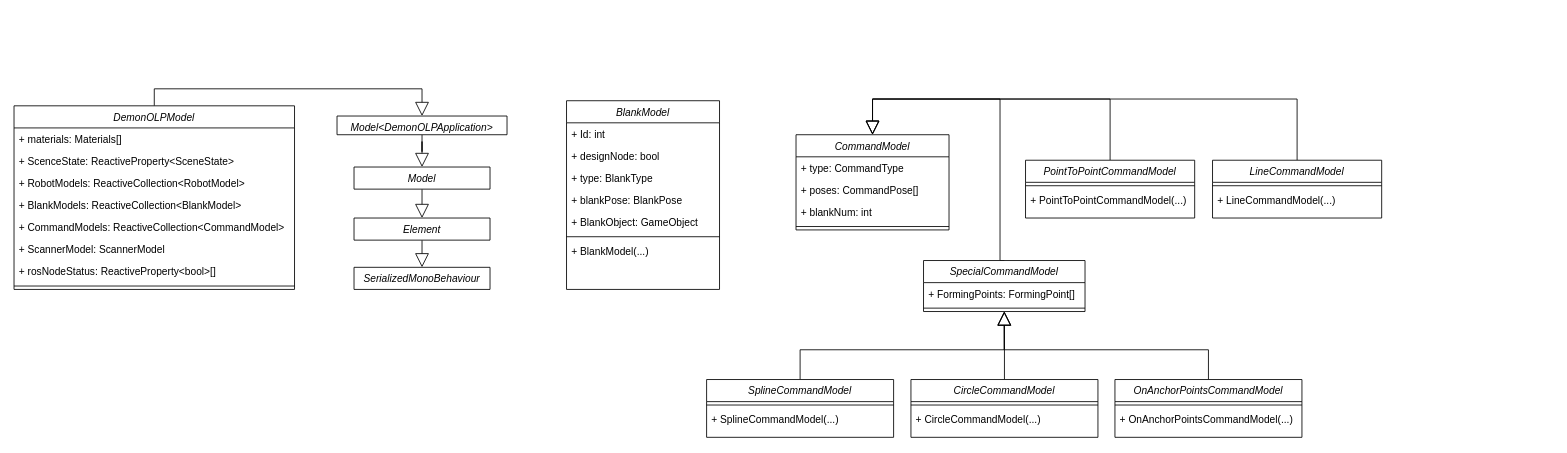
Earlier version of the draw.io diagram UIElementsSchema/Диаграмма без названия.drawio (zik-888/DemonOLP). Source tidied: cells renumbered, new cells numbered last; positions are measured from the earlier drawing's top-left corner, leaving out a move shared by most shapes. Both pictures are drawn from the tidied source at 85%, with x=0, y=0 at pixel (14, 99).
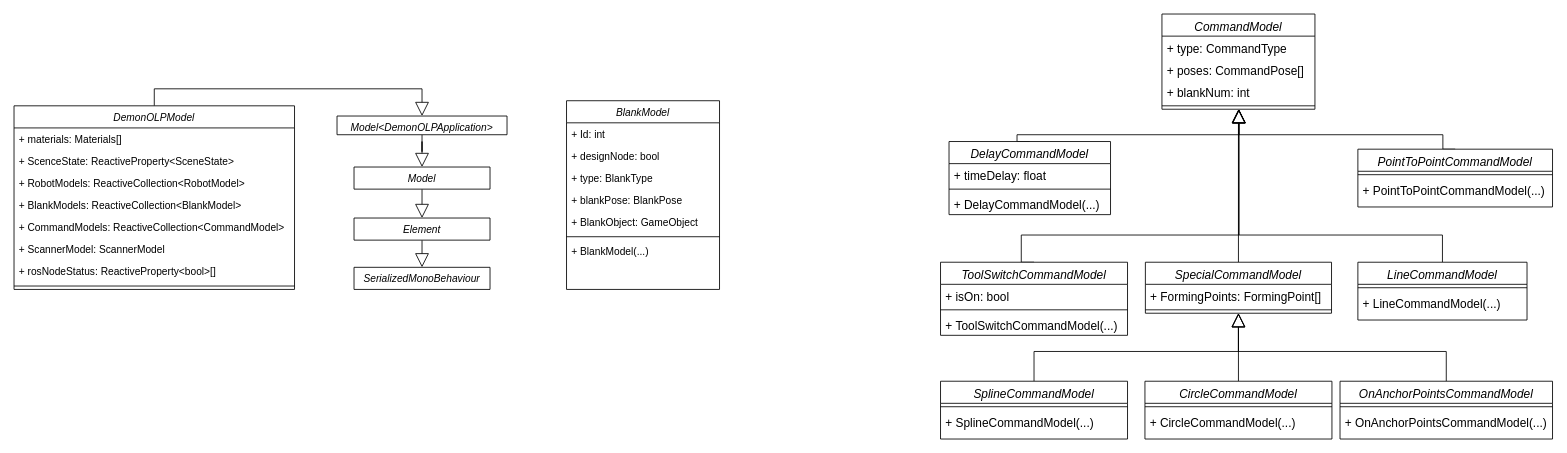
After the change.

Diff of the diagram source:
```diff
@@
-    <mxCell id="27" value="CommandModel" style="swimlane;fontStyle=2;align=center;verticalAlign=top;horizontal=1;startSize=26;rounded=0;shadow=0;strokeWidth=1;" parent="1" vertex="1">
-      <mxGeometry x="920" y="42" width="180" height="112" as="geometry" />
+    <mxCell id="27" value="CommandModel" style="swimlane;fontStyle=2;align=center;verticalAlign=top;horizontal=1;startSize=26;rounded=0;shadow=0;strokeWidth=1;fontSize=14;" parent="1" vertex="1">
+      <mxGeometry x="1350.5" y="-100" width="180" height="112" as="geometry" />
     </mxCell>
-    <mxCell id="28" value="+ type: CommandType" style="text;align=left;verticalAlign=top;spacingLeft=4;spacingRight=4;overflow=hidden;" parent="27" vertex="1">
+    <mxCell id="28" value="+ type: CommandType" style="text;align=left;verticalAlign=top;spacingLeft=4;spacingRight=4;overflow=hidden;fontSize=14;" parent="27" vertex="1">
       <mxGeometry y="26" width="180" height="26" as="geometry" />
     </mxCell>
-    <mxCell id="29" value="+ poses: CommandPose[]" style="text;align=left;verticalAlign=top;spacingLeft=4;spacingRight=4;overflow=hidden;rounded=0;shadow=0;html=0;" parent="27" vertex="1">
+    <mxCell id="29" value="+ poses: CommandPose[]" style="text;align=left;verticalAlign=top;spacingLeft=4;spacingRight=4;overflow=hidden;rounded=0;shadow=0;html=0;fontSize=14;" parent="27" vertex="1">
       <mxGeometry y="52" width="180" height="26" as="geometry" />
     </mxCell>
-    <mxCell id="30" value="+ blankNum: int" style="text;align=left;verticalAlign=top;spacingLeft=4;spacingRight=4;overflow=hidden;rounded=0;shadow=0;html=0;" parent="27" vertex="1">
+    <mxCell id="30" value="+ blankNum: int" style="text;align=left;verticalAlign=top;spacingLeft=4;spacingRight=4;overflow=hidden;rounded=0;shadow=0;html=0;fontSize=14;" parent="27" vertex="1">
       <mxGeometry y="78" width="180" height="26" as="geometry" />
     </mxCell>
-    <mxCell id="31" style="line;html=1;strokeWidth=1;align=left;verticalAlign=middle;spacingTop=-1;spacingLeft=3;spacingRight=3;labelPosition=right;" parent="27" vertex="1">
+    <mxCell id="31" style="line;html=1;strokeWidth=1;align=left;verticalAlign=middle;spacingTop=-1;spacingLeft=3;spacingRight=3;labelPosition=right;fontSize=14;" parent="27" vertex="1">
       <mxGeometry y="104" width="180" height="8" as="geometry" />
     </mxCell>
-    <mxCell id="32" style="edgeStyle=orthogonalEdgeStyle;rounded=0;jettySize=auto;html=1;exitX=0.5;exitY=0;exitDx=0;exitDy=0;entryX=0.5;entryY=0;entryDx=0;entryDy=0;endArrow=block;endFill=0;endSize=14;" parent="1" edge="1" source="33" target="27">
+    <mxCell id="32" style="edgeStyle=orthogonalEdgeStyle;rounded=0;jettySize=auto;html=1;exitX=0.5;exitY=0;exitDx=0;exitDy=0;endArrow=block;endFill=0;endSize=14;fontSize=14;" parent="1" edge="1" source="33" target="27">
       <mxGeometry relative="1" as="geometry">
         <Array as="points">
-          <mxPoint x="1290" />
-          <mxPoint x="1010" />
+          <mxPoint x="1681" y="42" />
+          <mxPoint x="1441" y="42" />
         </Array>
       </mxGeometry>
     </mxCell>
-    <mxCell id="33" value="PointToPointCommandModel" style="swimlane;fontStyle=2;align=center;verticalAlign=top;horizontal=1;startSize=26;rounded=0;shadow=0;strokeWidth=1;" parent="1" vertex="1">
-      <mxGeometry x="1190" y="72" width="199" height="68" as="geometry" />
+    <mxCell id="33" value="PointToPointCommandModel" style="swimlane;fontStyle=2;align=center;verticalAlign=top;horizontal=1;startSize=26;rounded=0;shadow=0;strokeWidth=1;fontSize=14;" parent="1" vertex="1">
+      <mxGeometry x="1581" y="59" width="229" height="68" as="geometry" />
     </mxCell>
-    <mxCell id="34" style="line;html=1;strokeWidth=1;align=left;verticalAlign=middle;spacingTop=-1;spacingLeft=3;spacingRight=3;labelPosition=right;" parent="33" vertex="1">
-      <mxGeometry y="26" width="199" height="8" as="geometry" />
+    <mxCell id="34" style="line;html=1;strokeWidth=1;align=left;verticalAlign=middle;spacingTop=-1;spacingLeft=3;spacingRight=3;labelPosition=right;fontSize=14;" parent="33" vertex="1">
+      <mxGeometry y="26" width="229" height="8" as="geometry" />
     </mxCell>
-    <mxCell id="35" value="+ PointToPointCommandModel(...)" style="text;align=left;verticalAlign=top;spacingLeft=4;spacingRight=4;overflow=hidden;rounded=0;shadow=0;html=0;" parent="33" vertex="1">
-      <mxGeometry y="34" width="199" height="26" as="geometry" />
+    <mxCell id="35" value="+ PointToPointCommandModel(...)" style="text;align=left;verticalAlign=top;spacingLeft=4;spacingRight=4;overflow=hidden;rounded=0;shadow=0;html=0;fontSize=14;" parent="33" vertex="1">
+      <mxGeometry y="34" width="229" height="26" as="geometry" />
     </mxCell>
-    <mxCell id="36" style="edgeStyle=orthogonalEdgeStyle;rounded=0;jettySize=auto;html=1;exitX=0.5;exitY=0;exitDx=0;exitDy=0;entryX=0.5;entryY=0;entryDx=0;entryDy=0;endArrow=block;endFill=0;endSize=14;" parent="1" edge="1" source="37" target="27">
-      <mxGeometry relative="1" as="geometry">
-        <Array as="points">
-          <mxPoint x="1160" />
-          <mxPoint x="1010" />
-        </Array>
-      </mxGeometry>
+    <mxCell id="36" style="edgeStyle=orthogonalEdgeStyle;rounded=0;jettySize=auto;html=1;exitX=0.5;exitY=0;exitDx=0;exitDy=0;endArrow=block;endFill=0;endSize=14;fontSize=14;" parent="1" edge="1" source="37" target="27">
+      <mxGeometry relative="1" as="geometry" />
     </mxCell>
-    <mxCell id="37" value="SpecialCommandModel" style="swimlane;fontStyle=2;align=center;verticalAlign=top;horizontal=1;startSize=26;rounded=0;shadow=0;strokeWidth=1;" parent="1" vertex="1">
-      <mxGeometry x="1070" y="190" width="190" height="60" as="geometry" />
+    <mxCell id="37" value="SpecialCommandModel" style="swimlane;fontStyle=2;align=center;verticalAlign=top;horizontal=1;startSize=26;rounded=0;shadow=0;strokeWidth=1;fontSize=14;" parent="1" vertex="1">
+      <mxGeometry x="1331" y="192" width="219" height="60" as="geometry" />
     </mxCell>
-    <mxCell id="38" value="+ FormingPoints: FormingPoint[]" style="text;align=left;verticalAlign=top;spacingLeft=4;spacingRight=4;overflow=hidden;" parent="37" vertex="1">
-      <mxGeometry y="26" width="190" height="26" as="geometry" />
+    <mxCell id="38" value="+ FormingPoints: FormingPoint[]" style="text;align=left;verticalAlign=top;spacingLeft=4;spacingRight=4;overflow=hidden;fontSize=14;" parent="37" vertex="1">
+      <mxGeometry y="26" width="219" height="26" as="geometry" />
     </mxCell>
-    <mxCell id="39" style="line;html=1;strokeWidth=1;align=left;verticalAlign=middle;spacingTop=-1;spacingLeft=3;spacingRight=3;labelPosition=right;" parent="37" vertex="1">
-      <mxGeometry y="52" width="190" height="8" as="geometry" />
+    <mxCell id="39" style="line;html=1;strokeWidth=1;align=left;verticalAlign=middle;spacingTop=-1;spacingLeft=3;spacingRight=3;labelPosition=right;fontSize=14;" parent="37" vertex="1">
+      <mxGeometry y="52" width="219" height="8" as="geometry" />
     </mxCell>
-    <mxCell id="40" style="edgeStyle=orthogonalEdgeStyle;rounded=0;jettySize=auto;html=1;exitX=0.5;exitY=0;exitDx=0;exitDy=0;entryX=0.5;entryY=1;entryDx=0;entryDy=0;endArrow=block;endFill=0;endSize=14;" parent="1" edge="1" source="41" target="37">
+    <mxCell id="40" style="edgeStyle=orthogonalEdgeStyle;rounded=0;jettySize=auto;html=1;exitX=0.5;exitY=0;exitDx=0;exitDy=0;entryX=0.5;entryY=1;entryDx=0;entryDy=0;endArrow=block;endFill=0;endSize=14;fontSize=14;" parent="1" edge="1" source="41" target="37">
       <mxGeometry relative="1" as="geometry" />
     </mxCell>
-    <mxCell id="41" value="OnAnchorPointsCommandModel" style="swimlane;fontStyle=2;align=center;verticalAlign=top;horizontal=1;startSize=26;rounded=0;shadow=0;strokeWidth=1;" parent="1" vertex="1">
-      <mxGeometry x="1295.2" y="330" width="220" height="68" as="geometry" />
+    <mxCell id="41" value="OnAnchorPointsCommandModel" style="swimlane;fontStyle=2;align=center;verticalAlign=top;horizontal=1;startSize=26;rounded=0;shadow=0;strokeWidth=1;fontSize=14;" parent="1" vertex="1">
+      <mxGeometry x="1560" y="332" width="250" height="68" as="geometry" />
     </mxCell>
-    <mxCell id="42" style="line;html=1;strokeWidth=1;align=left;verticalAlign=middle;spacingTop=-1;spacingLeft=3;spacingRight=3;labelPosition=right;" parent="41" vertex="1">
-      <mxGeometry y="26" width="220" height="8" as="geometry" />
+    <mxCell id="42" style="line;html=1;strokeWidth=1;align=left;verticalAlign=middle;spacingTop=-1;spacingLeft=3;spacingRight=3;labelPosition=right;fontSize=14;" parent="41" vertex="1">
+      <mxGeometry y="26" width="250" height="8" as="geometry" />
     </mxCell>
-    <mxCell id="43" value="+ OnAnchorPointsCommandModel(...)" style="text;align=left;verticalAlign=top;spacingLeft=4;spacingRight=4;overflow=hidden;rounded=0;shadow=0;html=0;" parent="41" vertex="1">
-      <mxGeometry y="34" width="220" height="26" as="geometry" />
+    <mxCell id="43" value="+ OnAnchorPointsCommandModel(...)" style="text;align=left;verticalAlign=top;spacingLeft=4;spacingRight=4;overflow=hidden;rounded=0;shadow=0;html=0;fontSize=14;" parent="41" vertex="1">
+      <mxGeometry y="34" width="250" height="26" as="geometry" />
     </mxCell>
-    <mxCell id="44" style="edgeStyle=orthogonalEdgeStyle;rounded=0;jettySize=auto;html=1;exitX=0.5;exitY=0;exitDx=0;exitDy=0;entryX=0.5;entryY=1;entryDx=0;entryDy=0;endArrow=block;endFill=0;endSize=14;" parent="1" edge="1" source="45" target="37">
+    <mxCell id="44" style="edgeStyle=orthogonalEdgeStyle;rounded=0;jettySize=auto;html=1;exitX=0.5;exitY=0;exitDx=0;exitDy=0;entryX=0.5;entryY=1;entryDx=0;entryDy=0;endArrow=block;endFill=0;endSize=14;fontSize=14;" parent="1" edge="1" source="45" target="37">
       <mxGeometry relative="1" as="geometry" />
     </mxCell>
-    <mxCell id="45" value="CircleCommandModel" style="swimlane;fontStyle=2;align=center;verticalAlign=top;horizontal=1;startSize=26;rounded=0;shadow=0;strokeWidth=1;" parent="1" vertex="1">
-      <mxGeometry x="1055.2" y="330" width="220" height="68" as="geometry" />
+    <mxCell id="45" value="CircleCommandModel" style="swimlane;fontStyle=2;align=center;verticalAlign=top;horizontal=1;startSize=26;rounded=0;shadow=0;strokeWidth=1;fontSize=14;" parent="1" vertex="1">
+      <mxGeometry x="1330.5" y="332" width="220" height="68" as="geometry" />
     </mxCell>
-    <mxCell id="46" style="line;html=1;strokeWidth=1;align=left;verticalAlign=middle;spacingTop=-1;spacingLeft=3;spacingRight=3;labelPosition=right;" parent="45" vertex="1">
+    <mxCell id="46" style="line;html=1;strokeWidth=1;align=left;verticalAlign=middle;spacingTop=-1;spacingLeft=3;spacingRight=3;labelPosition=right;fontSize=14;" parent="45" vertex="1">
       <mxGeometry y="26" width="220" height="8" as="geometry" />
     </mxCell>
-    <mxCell id="47" value="+ CircleCommandModel(...)" style="text;align=left;verticalAlign=top;spacingLeft=4;spacingRight=4;overflow=hidden;rounded=0;shadow=0;html=0;" parent="45" vertex="1">
+    <mxCell id="47" value="+ CircleCommandModel(...)" style="text;align=left;verticalAlign=top;spacingLeft=4;spacingRight=4;overflow=hidden;rounded=0;shadow=0;html=0;fontSize=14;" parent="45" vertex="1">
       <mxGeometry y="34" width="220" height="26" as="geometry" />
     </mxCell>
-    <mxCell id="48" style="edgeStyle=orthogonalEdgeStyle;rounded=0;jettySize=auto;html=1;exitX=0.5;exitY=0;exitDx=0;exitDy=0;endArrow=block;endFill=0;endSize=14;" parent="1" edge="1" source="49" target="37">
+    <mxCell id="48" style="edgeStyle=orthogonalEdgeStyle;rounded=0;jettySize=auto;html=1;exitX=0.5;exitY=0;exitDx=0;exitDy=0;endArrow=block;endFill=0;endSize=14;fontSize=14;" parent="1" edge="1" source="49" target="37">
       <mxGeometry relative="1" as="geometry" />
     </mxCell>
-    <mxCell id="49" value="SplineCommandModel" style="swimlane;fontStyle=2;align=center;verticalAlign=top;horizontal=1;startSize=26;rounded=0;shadow=0;strokeWidth=1;" parent="1" vertex="1">
-      <mxGeometry x="814.8" y="330" width="220" height="68" as="geometry" />
+    <mxCell id="49" value="SplineCommandModel" style="swimlane;fontStyle=2;align=center;verticalAlign=top;horizontal=1;startSize=26;rounded=0;shadow=0;strokeWidth=1;fontSize=14;" parent="1" vertex="1">
+      <mxGeometry x="1090" y="332" width="220" height="68" as="geometry" />
     </mxCell>
-    <mxCell id="50" style="line;html=1;strokeWidth=1;align=left;verticalAlign=middle;spacingTop=-1;spacingLeft=3;spacingRight=3;labelPosition=right;" parent="49" vertex="1">
+    <mxCell id="50" style="line;html=1;strokeWidth=1;align=left;verticalAlign=middle;spacingTop=-1;spacingLeft=3;spacingRight=3;labelPosition=right;fontSize=14;" parent="49" vertex="1">
       <mxGeometry y="26" width="220" height="8" as="geometry" />
     </mxCell>
-    <mxCell id="51" value="+ SplineCommandModel(...)" style="text;align=left;verticalAlign=top;spacingLeft=4;spacingRight=4;overflow=hidden;rounded=0;shadow=0;html=0;" parent="49" vertex="1">
+    <mxCell id="51" value="+ SplineCommandModel(...)" style="text;align=left;verticalAlign=top;spacingLeft=4;spacingRight=4;overflow=hidden;rounded=0;shadow=0;html=0;fontSize=14;" parent="49" vertex="1">
       <mxGeometry y="34" width="220" height="26" as="geometry" />
     </mxCell>
-    <mxCell id="52" style="edgeStyle=orthogonalEdgeStyle;rounded=0;jettySize=auto;html=1;exitX=0.5;exitY=0;exitDx=0;exitDy=0;endArrow=block;endFill=0;endSize=14;entryX=0.5;entryY=0;entryDx=0;entryDy=0;" parent="1" edge="1" source="53" target="27">
+    <mxCell id="52" style="edgeStyle=orthogonalEdgeStyle;rounded=0;jettySize=auto;html=1;exitX=0.5;exitY=0;exitDx=0;exitDy=0;endArrow=block;endFill=0;endSize=14;fontSize=14;" parent="1" edge="1" source="53" target="27">
       <mxGeometry relative="1" as="geometry">
         <Array as="points">
-          <mxPoint x="1510" />
-          <mxPoint x="1010" />
+          <mxPoint x="1681" y="160" />
+          <mxPoint x="1441" y="160" />
         </Array>
       </mxGeometry>
     </mxCell>
-    <mxCell id="53" value="LineCommandModel" style="swimlane;fontStyle=2;align=center;verticalAlign=top;horizontal=1;startSize=26;rounded=0;shadow=0;strokeWidth=1;" parent="1" vertex="1">
-      <mxGeometry x="1410" y="72" width="199" height="68" as="geometry" />
+    <mxCell id="53" value="LineCommandModel" style="swimlane;fontStyle=2;align=center;verticalAlign=top;horizontal=1;startSize=26;rounded=0;shadow=0;strokeWidth=1;fontSize=14;" parent="1" vertex="1">
+      <mxGeometry x="1581" y="192" width="199" height="68" as="geometry" />
     </mxCell>
-    <mxCell id="54" style="line;html=1;strokeWidth=1;align=left;verticalAlign=middle;spacingTop=-1;spacingLeft=3;spacingRight=3;labelPosition=right;" parent="53" vertex="1">
+    <mxCell id="54" style="line;html=1;strokeWidth=1;align=left;verticalAlign=middle;spacingTop=-1;spacingLeft=3;spacingRight=3;labelPosition=right;fontSize=14;" parent="53" vertex="1">
       <mxGeometry y="26" width="199" height="8" as="geometry" />
     </mxCell>
-    <mxCell id="55" value="+ LineCommandModel(...)" style="text;align=left;verticalAlign=top;spacingLeft=4;spacingRight=4;overflow=hidden;rounded=0;shadow=0;html=0;" parent="53" vertex="1">
+    <mxCell id="55" value="+ LineCommandModel(...)" style="text;align=left;verticalAlign=top;spacingLeft=4;spacingRight=4;overflow=hidden;rounded=0;shadow=0;html=0;fontSize=14;" parent="53" vertex="1">
       <mxGeometry y="34" width="199" height="26" as="geometry" />
     </mxCell>
+    <mxCell id="56" style="edgeStyle=orthogonalEdgeStyle;rounded=0;jettySize=auto;html=1;exitX=0.5;exitY=0;exitDx=0;exitDy=0;endArrow=block;endFill=0;endSize=14;fontSize=14;" parent="1" edge="1" source="57" target="27">
+      <mxGeometry relative="1" as="geometry">
+        <Array as="points">
+          <mxPoint x="1180" y="42" />
+          <mxPoint x="1441" y="42" />
+        </Array>
+      </mxGeometry>
+    </mxCell>
+    <mxCell id="57" value="DelayCommandModel" style="swimlane;fontStyle=2;align=center;verticalAlign=top;horizontal=1;startSize=26;rounded=0;shadow=0;strokeWidth=1;fontSize=14;" parent="1" vertex="1">
+      <mxGeometry x="1100" y="50" width="190" height="86" as="geometry" />
+    </mxCell>
+    <mxCell id="58" value="+ timeDelay: float" style="text;align=left;verticalAlign=top;spacingLeft=4;spacingRight=4;overflow=hidden;rounded=0;shadow=0;html=0;fontSize=14;" parent="57" vertex="1">
+      <mxGeometry y="26" width="190" height="26" as="geometry" />
+    </mxCell>
+    <mxCell id="59" style="line;html=1;strokeWidth=1;align=left;verticalAlign=middle;spacingTop=-1;spacingLeft=3;spacingRight=3;labelPosition=right;fontSize=14;" parent="57" vertex="1">
+      <mxGeometry y="52" width="190" height="8" as="geometry" />
+    </mxCell>
+    <mxCell id="60" value="+ DelayCommandModel(...)" style="text;align=left;verticalAlign=top;spacingLeft=4;spacingRight=4;overflow=hidden;rounded=0;shadow=0;html=0;fontSize=14;" parent="57" vertex="1">
+      <mxGeometry y="60" width="190" height="26" as="geometry" />
+    </mxCell>
+    <mxCell id="61" style="edgeStyle=orthogonalEdgeStyle;rounded=0;jettySize=auto;html=1;exitX=0.5;exitY=0;exitDx=0;exitDy=0;endArrow=block;endFill=0;endSize=14;fontSize=14;" parent="1" edge="1" source="62" target="27">
+      <mxGeometry relative="1" as="geometry">
+        <Array as="points">
+          <mxPoint x="1185" y="160" />
+          <mxPoint x="1441" y="160" />
+        </Array>
+      </mxGeometry>
+    </mxCell>
+    <mxCell id="62" value="ToolSwitchCommandModel" style="swimlane;fontStyle=2;align=center;verticalAlign=top;horizontal=1;startSize=26;rounded=0;shadow=0;strokeWidth=1;fontSize=14;" parent="1" vertex="1">
+      <mxGeometry x="1090" y="192" width="220" height="86" as="geometry" />
+    </mxCell>
+    <mxCell id="63" value="+ isOn: bool" style="text;align=left;verticalAlign=top;spacingLeft=4;spacingRight=4;overflow=hidden;rounded=0;shadow=0;html=0;fontSize=14;" parent="62" vertex="1">
+      <mxGeometry y="26" width="220" height="26" as="geometry" />
+    </mxCell>
+    <mxCell id="64" style="line;html=1;strokeWidth=1;align=left;verticalAlign=middle;spacingTop=-1;spacingLeft=3;spacingRight=3;labelPosition=right;fontSize=14;" parent="62" vertex="1">
+      <mxGeometry y="52" width="220" height="8" as="geometry" />
+    </mxCell>
+    <mxCell id="65" value="+ ToolSwitchCommandModel(...)" style="text;align=left;verticalAlign=top;spacingLeft=4;spacingRight=4;overflow=hidden;rounded=0;shadow=0;html=0;fontSize=14;" parent="62" vertex="1">
+      <mxGeometry y="60" width="220" height="26" as="geometry" />
+    </mxCell>
```
